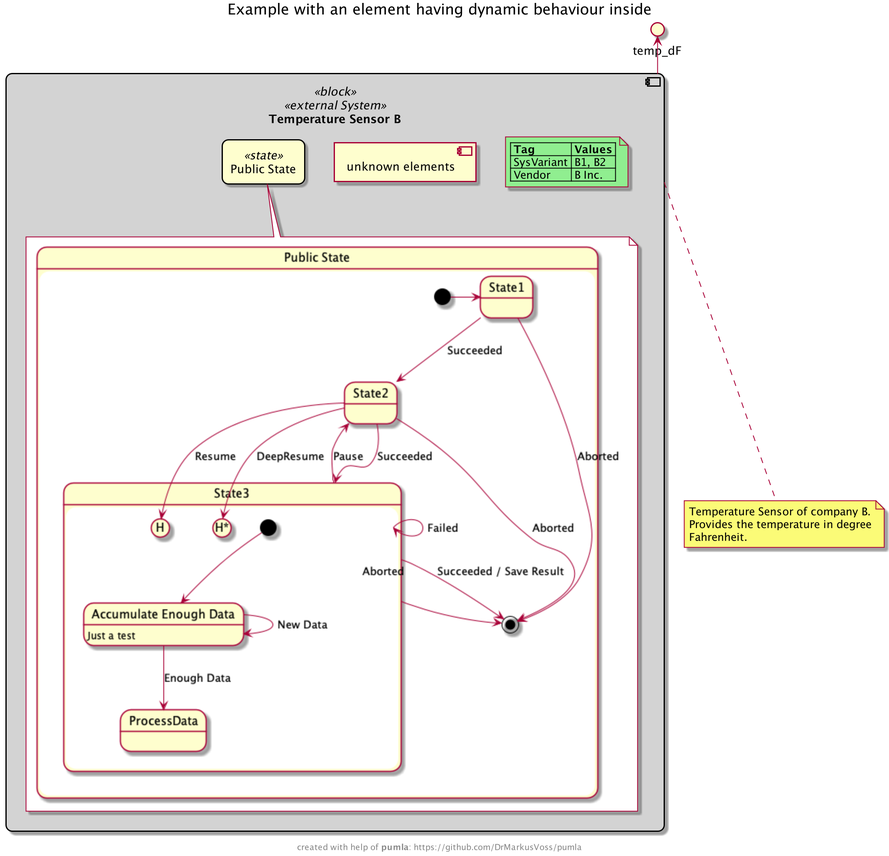
Before: test/examples/pics/exampleDynBehStateMachine.png, a diagram exported from PlantUML (DrMarkusVoss/pumla). Its diagram source:
```plantuml
@startuml
!include modelrepo_json.puml
!include ./../../pumla_macros.puml
!include ./../../templates/sysml/skin.puml

!$PUMVarShowBodyInternals = %true()
!$PUMVarShowBodyInternalsDyn = %true()

title Example with an element having dynamic behaviour inside

PUMLAPutElement(tempSensorB)

@enduml
```
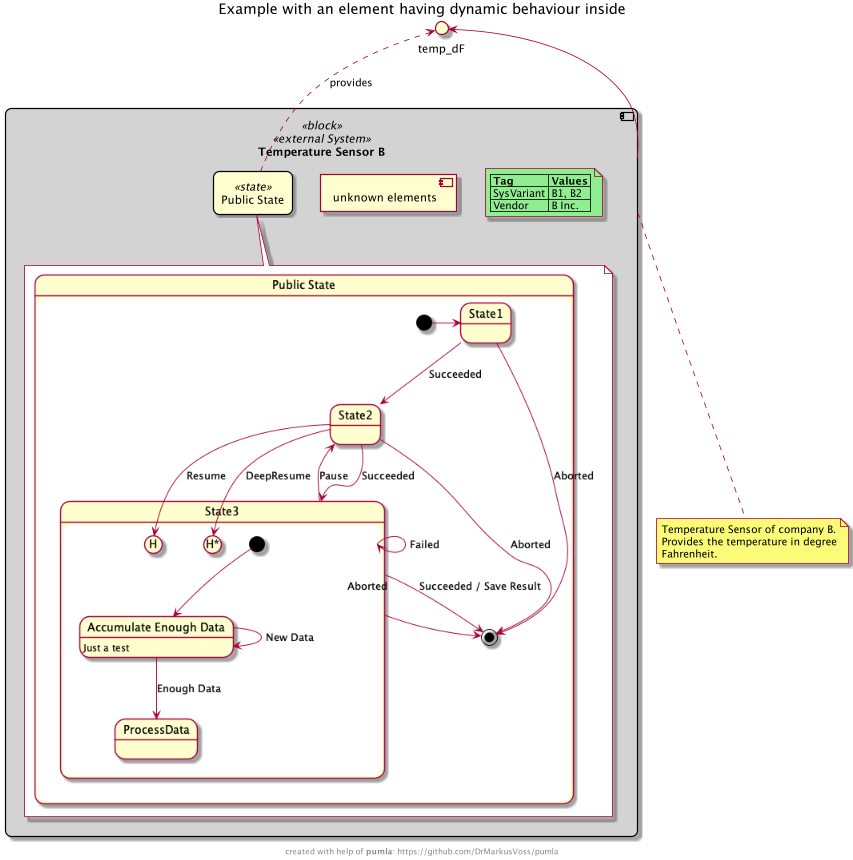
Above is the later version.

The edit, as a diff of the source:
```diff
@@ -9,5 +9,6 @@
 title Example with an element having dynamic behaviour inside
 
 PUMLAPutElement(tempSensorB)
+PUMLAPutRelationsForElement(publicState)
 
 @enduml
```
